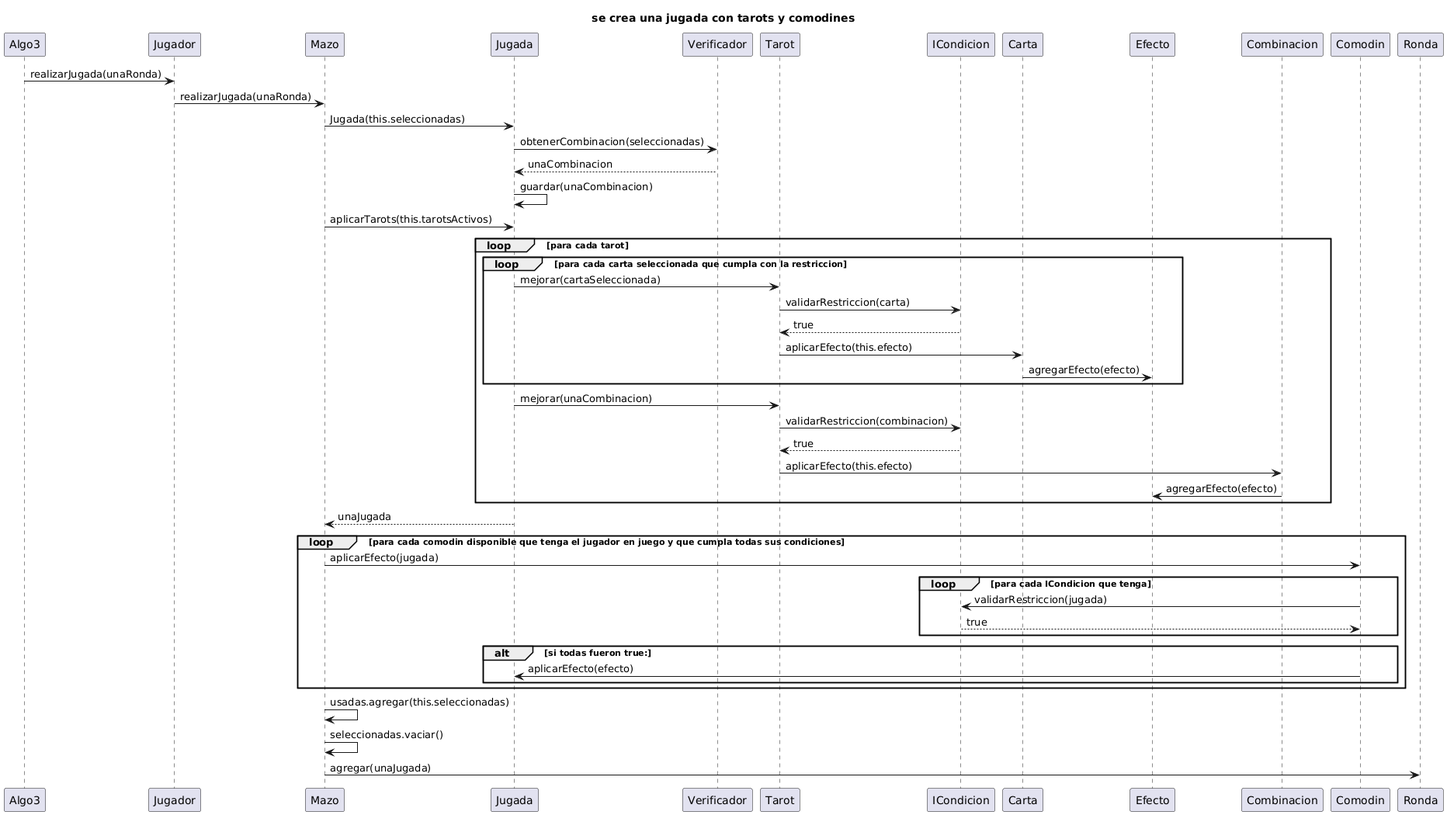
The PlantUML diagram diagrams/sequences/SD-seCreaUnaJugadaConTarotsYComodines.png in Sotelo27/TP2-Balatro-Grupo-08, before a commit.
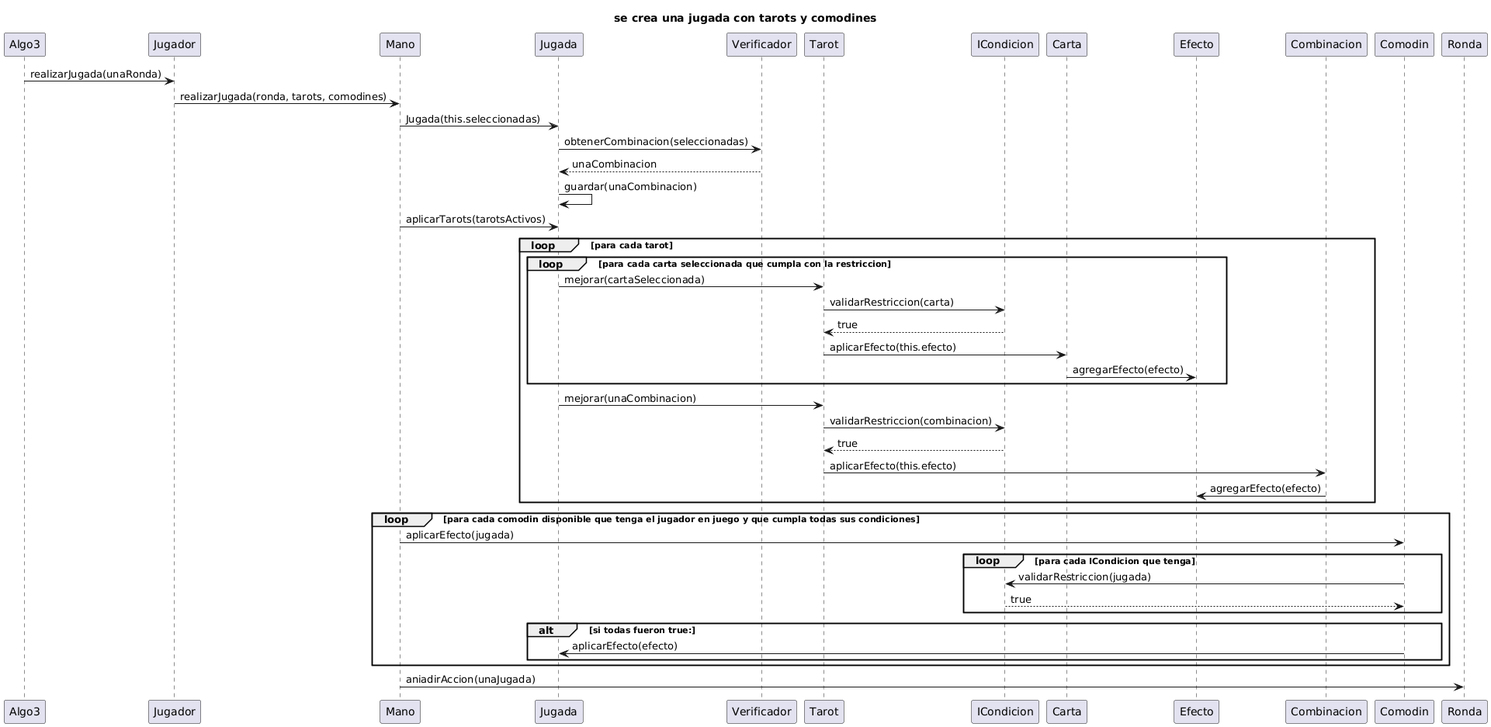
After the commit.

Commit message:
se agregan secuencias

What changed in the source:
```diff
@@ -2,12 +2,14 @@
 title se crea una jugada con tarots y comodines
 
 Algo3 -> Jugador: realizarJugada(unaRonda)
-Jugador -> Mazo : realizarJugada(unaRonda)
-Mazo -> Jugada : Jugada(this.seleccionadas)
+Jugador -> Mano : realizarJugada(ronda, tarots, comodines)
+
+Mano -> Jugada : Jugada(this.seleccionadas)
 Jugada -> Verificador : obtenerCombinacion(seleccionadas)
 Verificador --> Jugada : unaCombinacion
 Jugada -> Jugada : guardar(unaCombinacion)
-Mazo -> Jugada : aplicarTarots(this.tarotsActivos)
+
+Mano -> Jugada : aplicarTarots(tarotsActivos)
 loop para cada tarot
 loop para cada carta seleccionada que cumpla con la restriccion
 Jugada -> Tarot : mejorar(cartaSeleccionada)
@@ -23,10 +25,10 @@
 Combinacion -> Efecto : agregarEfecto(efecto)
 
 end loop
-Jugada --> Mazo : unaJugada
+
 
 loop para cada comodin disponible que tenga el jugador en juego y que cumpla todas sus condiciones
-Mazo -> Comodin : aplicarEfecto(jugada)
+Mano -> Comodin : aplicarEfecto(jugada)
 loop para cada ICondicion que tenga
 Comodin -> ICondicion : validarRestriccion(jugada)
 ICondicion --> Comodin :true
@@ -36,8 +38,5 @@
 end alt
 
 end loop
-
-Mazo ->  Mazo: usadas.agregar(this.seleccionadas)
-Mazo -> Mazo : seleccionadas.vaciar()
-Mazo -> Ronda : agregar(unaJugada)
+Mano -> Ronda : aniadirAccion(unaJugada)
 @enduml
```
